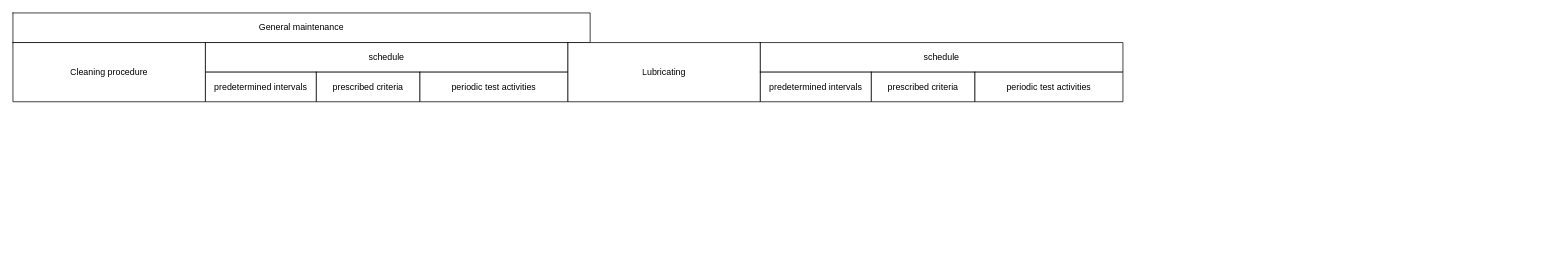
Above: General maintenance.drawio in amerezoji1362/drawio-github (draw.io), before the change. Source tidied: cells renumbered, new cells numbered last; positions are measured from the earlier drawing's top-left corner, leaving out a move shared by most shapes. Both pictures are drawn from the tidied source at 74%, with x=0, y=0 at pixel (13, 13).
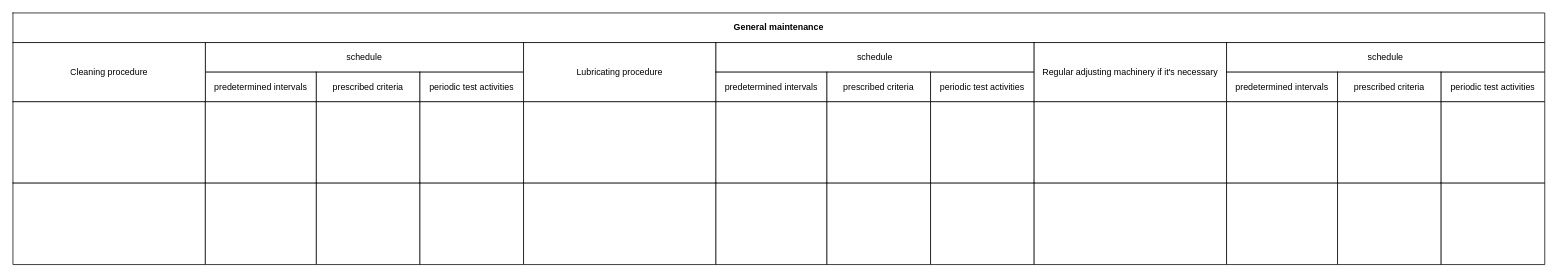
After the change.

The change refers to these unchanged cells:
```xml
<mxCell id="21" style="shape=partialRectangle;fillColor=none;top=0;left=0;bottom=0;right=0;" parent="20" vertex="1">
  <mxGeometry width="260" height="80" as="geometry" />
</mxCell>
```

The edit, as a diff of the source:
```diff
@@
     <mxCell id="2" style="shape=table;startSize=0;childLayout=tableLayout;" parent="1" vertex="1">
-      <mxGeometry width="780" height="40" as="geometry" />
+      <mxGeometry width="2070" height="40" as="geometry" />
     </mxCell>
     <mxCell id="3" style="shape=partialRectangle;fillColor=none;top=0;left=0;bottom=0;right=0;" parent="2" vertex="1">
-      <mxGeometry width="780" height="40" as="geometry" />
+      <mxGeometry width="2070" height="40" as="geometry" />
     </mxCell>
-    <mxCell id="4" value="General maintenance" style="shape=partialRectangle;html=1;whiteSpace=wrap;overflow=hidden;fillColor=none;top=0;left=0;bottom=0;right=0;" parent="3" vertex="1">
-      <mxGeometry width="780" height="40" as="geometry" />
+    <mxCell id="4" value="&lt;b&gt;General maintenance&lt;/b&gt;" style="shape=partialRectangle;html=1;whiteSpace=wrap;overflow=hidden;fillColor=none;top=0;left=0;bottom=0;right=0;" parent="3" vertex="1">
+      <mxGeometry width="2070" height="40" as="geometry" />
     </mxCell>
     <mxCell id="5" style="shape=table;startSize=0;childLayout=tableLayout;" parent="1" vertex="1">
-      <mxGeometry x="260" y="40" width="490" height="40" as="geometry" />
+      <mxGeometry x="260" y="40" width="430" height="40" as="geometry" />
     </mxCell>
     <mxCell id="6" style="shape=partialRectangle;fillColor=none;top=0;left=0;bottom=0;right=0;" parent="5" vertex="1">
-      <mxGeometry width="490" height="40" as="geometry" />
+      <mxGeometry width="430" height="40" as="geometry" />
     </mxCell>
     <mxCell id="7" value="schedule" style="shape=partialRectangle;html=1;whiteSpace=wrap;overflow=hidden;fillColor=none;top=0;left=0;bottom=0;right=0;" parent="6" vertex="1">
-      <mxGeometry width="490" height="40" as="geometry" />
+      <mxGeometry width="430" height="40" as="geometry" />
     </mxCell>
@@
     <mxCell id="14" style="shape=table;startSize=0;childLayout=tableLayout;" parent="1" vertex="1">
-      <mxGeometry x="550" y="80" width="200" height="40" as="geometry" />
+      <mxGeometry x="550" y="80" width="140" height="40" as="geometry" />
     </mxCell>
     <mxCell id="15" style="shape=partialRectangle;fillColor=none;top=0;left=0;bottom=0;right=0;" parent="14" vertex="1">
-      <mxGeometry width="200" height="40" as="geometry" />
+      <mxGeometry width="140" height="40" as="geometry" />
     </mxCell>
     <mxCell id="16" value="periodic test activities " style="shape=partialRectangle;html=1;whiteSpace=wrap;overflow=hidden;fillColor=none;top=0;left=0;bottom=0;right=0;" parent="15" vertex="1">
-      <mxGeometry width="200" height="40" as="geometry" />
+      <mxGeometry width="140" height="40" as="geometry" />
     </mxCell>
@@
     <mxCell id="20" style="shape=table;startSize=0;childLayout=tableLayout;" parent="1" vertex="1">
-      <mxGeometry x="750" y="40" width="260" height="80" as="geometry" />
+      <mxGeometry x="690" y="40" width="260" height="80" as="geometry" />
     </mxCell>
@@
-    <mxCell id="22" value="Lubricating" style="shape=partialRectangle;html=1;whiteSpace=wrap;overflow=hidden;fillColor=none;top=0;left=0;bottom=0;right=0;" parent="21" vertex="1">
+    <mxCell id="22" value="Lubricating procedure" style="shape=partialRectangle;html=1;whiteSpace=wrap;overflow=hidden;fillColor=none;top=0;left=0;bottom=0;right=0;" parent="21" vertex="1">
       <mxGeometry width="260" height="80" as="geometry" />
     </mxCell>
     <mxCell id="23" style="shape=table;startSize=0;childLayout=tableLayout;" parent="1" vertex="1">
-      <mxGeometry x="1010" y="40" width="490" height="40" as="geometry" />
+      <mxGeometry x="950" y="40" width="430" height="40" as="geometry" />
     </mxCell>
     <mxCell id="24" style="shape=partialRectangle;fillColor=none;top=0;left=0;bottom=0;right=0;" parent="23" vertex="1">
-      <mxGeometry width="490" height="40" as="geometry" />
+      <mxGeometry width="430" height="40" as="geometry" />
     </mxCell>
     <mxCell id="25" value="schedule" style="shape=partialRectangle;html=1;whiteSpace=wrap;overflow=hidden;fillColor=none;top=0;left=0;bottom=0;right=0;" parent="24" vertex="1">
-      <mxGeometry width="490" height="40" as="geometry" />
+      <mxGeometry width="430" height="40" as="geometry" />
     </mxCell>
     <mxCell id="26" style="shape=table;startSize=0;childLayout=tableLayout;" parent="1" vertex="1">
-      <mxGeometry x="1010" y="80" width="150" height="40" as="geometry" />
+      <mxGeometry x="950" y="80" width="150" height="40" as="geometry" />
     </mxCell>
@@
     <mxCell id="29" style="shape=table;startSize=0;childLayout=tableLayout;" parent="1" vertex="1">
-      <mxGeometry x="1160" y="80" width="140" height="40" as="geometry" />
+      <mxGeometry x="1100" y="80" width="140" height="40" as="geometry" />
     </mxCell>
@@
     <mxCell id="32" style="shape=table;startSize=0;childLayout=tableLayout;" parent="1" vertex="1">
-      <mxGeometry x="1300" y="80" width="200" height="40" as="geometry" />
+      <mxGeometry x="1240" y="80" width="140" height="40" as="geometry" />
     </mxCell>
     <mxCell id="33" style="shape=partialRectangle;fillColor=none;top=0;left=0;bottom=0;right=0;" parent="32" vertex="1">
-      <mxGeometry width="200" height="40" as="geometry" />
+      <mxGeometry width="140" height="40" as="geometry" />
     </mxCell>
     <mxCell id="34" value="periodic test activities " style="shape=partialRectangle;html=1;whiteSpace=wrap;overflow=hidden;fillColor=none;top=0;left=0;bottom=0;right=0;" parent="33" vertex="1">
-      <mxGeometry width="200" height="40" as="geometry" />
+      <mxGeometry width="140" height="40" as="geometry" />
     </mxCell>
+    <mxCell id="35" style="shape=table;startSize=0;childLayout=tableLayout;" parent="1" vertex="1">
+      <mxGeometry y="120" width="260" height="110" as="geometry" />
+    </mxCell>
+    <mxCell id="36" style="shape=partialRectangle;fillColor=none;top=0;left=0;bottom=0;right=0;" parent="35" vertex="1">
+      <mxGeometry width="260" height="110" as="geometry" />
+    </mxCell>
+    <mxCell id="37" style="shape=partialRectangle;html=1;whiteSpace=wrap;overflow=hidden;fillColor=none;top=0;left=0;bottom=0;right=0;" parent="36" vertex="1">
+      <mxGeometry width="260" height="110" as="geometry" />
+    </mxCell>
+    <mxCell id="38" style="shape=table;startSize=0;childLayout=tableLayout;" parent="1" vertex="1">
+      <mxGeometry x="260" y="120" width="150" height="110" as="geometry" />
+    </mxCell>
+    <mxCell id="39" style="shape=partialRectangle;fillColor=none;top=0;left=0;bottom=0;right=0;" parent="38" vertex="1">
+      <mxGeometry width="150" height="110" as="geometry" />
+    </mxCell>
+    <mxCell id="40" style="shape=partialRectangle;html=1;whiteSpace=wrap;overflow=hidden;fillColor=none;top=0;left=0;bottom=0;right=0;" parent="39" vertex="1">
+      <mxGeometry width="150" height="110" as="geometry" />
+    </mxCell>
+    <mxCell id="41" style="shape=table;startSize=0;childLayout=tableLayout;" parent="1" vertex="1">
+      <mxGeometry x="410" y="120" width="140" height="110" as="geometry" />
+    </mxCell>
+    <mxCell id="42" style="shape=partialRectangle;fillColor=none;top=0;left=0;bottom=0;right=0;" parent="41" vertex="1">
+      <mxGeometry width="140" height="110" as="geometry" />
+    </mxCell>
+    <mxCell id="43" style="shape=partialRectangle;html=1;whiteSpace=wrap;overflow=hidden;fillColor=none;top=0;left=0;bottom=0;right=0;" parent="42" vertex="1">
+      <mxGeometry width="140" height="110" as="geometry" />
+    </mxCell>
+    <mxCell id="44" style="shape=table;startSize=0;childLayout=tableLayout;" parent="1" vertex="1">
+      <mxGeometry x="550" y="120" width="140" height="110" as="geometry" />
+    </mxCell>
+    <mxCell id="45" style="shape=partialRectangle;fillColor=none;top=0;left=0;bottom=0;right=0;" parent="44" vertex="1">
+      <mxGeometry width="140" height="110" as="geometry" />
+    </mxCell>
+    <mxCell id="46" style="shape=partialRectangle;html=1;whiteSpace=wrap;overflow=hidden;fillColor=none;top=0;left=0;bottom=0;right=0;" parent="45" vertex="1">
+      <mxGeometry width="140" height="110" as="geometry" />
+    </mxCell>
+    <mxCell id="47" style="shape=table;startSize=0;childLayout=tableLayout;" parent="1" vertex="1">
+      <mxGeometry x="690" y="120" width="260" height="110" as="geometry" />
+    </mxCell>
+    <mxCell id="48" style="shape=partialRectangle;fillColor=none;top=0;left=0;bottom=0;right=0;" parent="47" vertex="1">
+      <mxGeometry width="260" height="110" as="geometry" />
+    </mxCell>
+    <mxCell id="49" style="shape=partialRectangle;html=1;whiteSpace=wrap;overflow=hidden;fillColor=none;top=0;left=0;bottom=0;right=0;" parent="48" vertex="1">
+      <mxGeometry width="260" height="110" as="geometry" />
+    </mxCell>
+    <mxCell id="50" style="shape=table;startSize=0;childLayout=tableLayout;" parent="1" vertex="1">
+      <mxGeometry x="950" y="120" width="150" height="110" as="geometry" />
+    </mxCell>
+    <mxCell id="51" style="shape=partialRectangle;fillColor=none;top=0;left=0;bottom=0;right=0;" parent="50" vertex="1">
+      <mxGeometry width="150" height="110" as="geometry" />
+    </mxCell>
+    <mxCell id="52" style="shape=partialRectangle;html=1;whiteSpace=wrap;overflow=hidden;fillColor=none;top=0;left=0;bottom=0;right=0;" parent="51" vertex="1">
+      <mxGeometry width="150" height="110" as="geometry" />
+    </mxCell>
+    <mxCell id="53" style="shape=table;startSize=0;childLayout=tableLayout;" parent="1" vertex="1">
+      <mxGeometry x="1100" y="120" width="140" height="110" as="geometry" />
+    </mxCell>
+    <mxCell id="54" style="shape=partialRectangle;fillColor=none;top=0;left=0;bottom=0;right=0;" parent="53" vertex="1">
+      <mxGeometry width="140" height="110" as="geometry" />
+    </mxCell>
+    <mxCell id="55" style="shape=partialRectangle;html=1;whiteSpace=wrap;overflow=hidden;fillColor=none;top=0;left=0;bottom=0;right=0;" parent="54" vertex="1">
+      <mxGeometry width="140" height="110" as="geometry" />
+    </mxCell>
+    <mxCell id="56" style="shape=table;startSize=0;childLayout=tableLayout;" parent="1" vertex="1">
+      <mxGeometry x="1240" y="120" width="140" height="110" as="geometry" />
+    </mxCell>
+    <mxCell id="57" style="shape=partialRectangle;fillColor=none;top=0;left=0;bottom=0;right=0;" parent="56" vertex="1">
+      <mxGeometry width="140" height="110" as="geometry" />
+    </mxCell>
+    <mxCell id="58" style="shape=partialRectangle;html=1;whiteSpace=wrap;overflow=hidden;fillColor=none;top=0;left=0;bottom=0;right=0;" parent="57" vertex="1">
+      <mxGeometry width="140" height="110" as="geometry" />
+    </mxCell>
+    <mxCell id="59" style="shape=table;startSize=0;childLayout=tableLayout;" parent="1" vertex="1">
+      <mxGeometry x="1380" y="40" width="260" height="80" as="geometry" />
+    </mxCell>
+    <mxCell id="60" style="shape=partialRectangle;fillColor=none;top=0;left=0;bottom=0;right=0;" parent="59" vertex="1">
+      <mxGeometry width="260" height="80" as="geometry" />
+    </mxCell>
+    <mxCell id="61" value="Regular adjusting machinery if it's necessary" style="shape=partialRectangle;html=1;whiteSpace=wrap;overflow=hidden;fillColor=none;top=0;left=0;bottom=0;right=0;" parent="60" vertex="1">
+      <mxGeometry width="260" height="80" as="geometry" />
+    </mxCell>
+    <mxCell id="62" style="shape=table;startSize=0;childLayout=tableLayout;" parent="1" vertex="1">
+      <mxGeometry x="1640" y="40" width="430" height="40" as="geometry" />
+    </mxCell>
+    <mxCell id="63" style="shape=partialRectangle;fillColor=none;top=0;left=0;bottom=0;right=0;" parent="62" vertex="1">
+      <mxGeometry width="430" height="40" as="geometry" />
+    </mxCell>
+    <mxCell id="64" value="schedule" style="shape=partialRectangle;html=1;whiteSpace=wrap;overflow=hidden;fillColor=none;top=0;left=0;bottom=0;right=0;" parent="63" vertex="1">
+      <mxGeometry width="430" height="40" as="geometry" />
+    </mxCell>
+    <mxCell id="65" style="shape=table;startSize=0;childLayout=tableLayout;" parent="1" vertex="1">
+      <mxGeometry x="1640" y="80" width="150" height="40" as="geometry" />
+    </mxCell>
+    <mxCell id="66" style="shape=partialRectangle;fillColor=none;top=0;left=0;bottom=0;right=0;" parent="65" vertex="1">
+      <mxGeometry width="150" height="40" as="geometry" />
+    </mxCell>
+    <mxCell id="67" value="predetermined intervals " style="shape=partialRectangle;html=1;whiteSpace=wrap;overflow=hidden;fillColor=none;top=0;left=0;bottom=0;right=0;" parent="66" vertex="1">
+      <mxGeometry width="150" height="40" as="geometry" />
+    </mxCell>
+    <mxCell id="68" style="shape=table;startSize=0;childLayout=tableLayout;" parent="1" vertex="1">
+      <mxGeometry x="1790" y="80" width="140" height="40" as="geometry" />
+    </mxCell>
+    <mxCell id="69" style="shape=partialRectangle;fillColor=none;top=0;left=0;bottom=0;right=0;" parent="68" vertex="1">
+      <mxGeometry width="140" height="40" as="geometry" />
+    </mxCell>
+    <mxCell id="70" value="prescribed criteria" style="shape=partialRectangle;html=1;whiteSpace=wrap;overflow=hidden;fillColor=none;top=0;left=0;bottom=0;right=0;" parent="69" vertex="1">
+      <mxGeometry width="140" height="40" as="geometry" />
+    </mxCell>
+    <mxCell id="71" style="shape=table;startSize=0;childLayout=tableLayout;" parent="1" vertex="1">
+      <mxGeometry x="1930" y="80" width="140" height="40" as="geometry" />
+    </mxCell>
+    <mxCell id="72" style="shape=partialRectangle;fillColor=none;top=0;left=0;bottom=0;right=0;" parent="71" vertex="1">
+      <mxGeometry width="140" height="40" as="geometry" />
+    </mxCell>
+    <mxCell id="73" value="periodic test activities " style="shape=partialRectangle;html=1;whiteSpace=wrap;overflow=hidden;fillColor=none;top=0;left=0;bottom=0;right=0;" parent="72" vertex="1">
+      <mxGeometry width="140" height="40" as="geometry" />
+    </mxCell>
+    <mxCell id="74" style="shape=table;startSize=0;childLayout=tableLayout;" parent="1" vertex="1">
+      <mxGeometry x="1380" y="120" width="260" height="110" as="geometry" />
+    </mxCell>
+    <mxCell id="75" style="shape=partialRectangle;fillColor=none;top=0;left=0;bottom=0;right=0;" parent="74" vertex="1">
+      <mxGeometry width="260" height="110" as="geometry" />
+    </mxCell>
+    <mxCell id="76" style="shape=partialRectangle;html=1;whiteSpace=wrap;overflow=hidden;fillColor=none;top=0;left=0;bottom=0;right=0;" parent="75" vertex="1">
+      <mxGeometry width="260" height="110" as="geometry" />
+    </mxCell>
+    <mxCell id="77" style="shape=table;startSize=0;childLayout=tableLayout;" parent="1" vertex="1">
+      <mxGeometry x="1640" y="120" width="150" height="110" as="geometry" />
+    </mxCell>
+    <mxCell id="78" style="shape=partialRectangle;fillColor=none;top=0;left=0;bottom=0;right=0;" parent="77" vertex="1">
+      <mxGeometry width="150" height="110" as="geometry" />
+    </mxCell>
+    <mxCell id="79" style="shape=partialRectangle;html=1;whiteSpace=wrap;overflow=hidden;fillColor=none;top=0;left=0;bottom=0;right=0;" parent="78" vertex="1">
+      <mxGeometry width="150" height="110" as="geometry" />
+    </mxCell>
+    <mxCell id="80" style="shape=table;startSize=0;childLayout=tableLayout;" parent="1" vertex="1">
+      <mxGeometry x="1790" y="120" width="140" height="110" as="geometry" />
+    </mxCell>
+    <mxCell id="81" style="shape=partialRectangle;fillColor=none;top=0;left=0;bottom=0;right=0;" parent="80" vertex="1">
+      <mxGeometry width="140" height="110" as="geometry" />
+    </mxCell>
+    <mxCell id="82" style="shape=partialRectangle;html=1;whiteSpace=wrap;overflow=hidden;fillColor=none;top=0;left=0;bottom=0;right=0;" parent="81" vertex="1">
+      <mxGeometry width="140" height="110" as="geometry" />
+    </mxCell>
+    <mxCell id="83" style="shape=table;startSize=0;childLayout=tableLayout;" parent="1" vertex="1">
+      <mxGeometry x="1930" y="120" width="140" height="110" as="geometry" />
+    </mxCell>
+    <mxCell id="84" style="shape=partialRectangle;fillColor=none;top=0;left=0;bottom=0;right=0;" parent="83" vertex="1">
+      <mxGeometry width="140" height="110" as="geometry" />
+    </mxCell>
+    <mxCell id="85" style="shape=partialRectangle;html=1;whiteSpace=wrap;overflow=hidden;fillColor=none;top=0;left=0;bottom=0;right=0;" parent="84" vertex="1">
+      <mxGeometry width="140" height="110" as="geometry" />
+    </mxCell>
+    <mxCell id="86" style="shape=table;startSize=0;childLayout=tableLayout;" parent="1" vertex="1">
+      <mxGeometry y="230" width="260" height="110" as="geometry" />
+    </mxCell>
+    <mxCell id="87" style="shape=partialRectangle;fillColor=none;top=0;left=0;bottom=0;right=0;" parent="86" vertex="1">
+      <mxGeometry width="260" height="110" as="geometry" />
+    </mxCell>
+    <mxCell id="88" style="shape=partialRectangle;html=1;whiteSpace=wrap;overflow=hidden;fillColor=none;top=0;left=0;bottom=0;right=0;" parent="87" vertex="1">
+      <mxGeometry width="260" height="110" as="geometry" />
+    </mxCell>
+    <mxCell id="89" style="shape=table;startSize=0;childLayout=tableLayout;" parent="1" vertex="1">
+      <mxGeometry x="260" y="230" width="150" height="110" as="geometry" />
+    </mxCell>
+    <mxCell id="90" style="shape=partialRectangle;fillColor=none;top=0;left=0;bottom=0;right=0;" parent="89" vertex="1">
+      <mxGeometry width="150" height="110" as="geometry" />
+    </mxCell>
+    <mxCell id="91" style="shape=partialRectangle;html=1;whiteSpace=wrap;overflow=hidden;fillColor=none;top=0;left=0;bottom=0;right=0;" parent="90" vertex="1">
+      <mxGeometry width="150" height="110" as="geometry" />
+    </mxCell>
+    <mxCell id="92" style="shape=table;startSize=0;childLayout=tableLayout;" parent="1" vertex="1">
+      <mxGeometry x="410" y="230" width="140" height="110" as="geometry" />
+    </mxCell>
+    <mxCell id="93" style="shape=partialRectangle;fillColor=none;top=0;left=0;bottom=0;right=0;" parent="92" vertex="1">
+      <mxGeometry width="140" height="110" as="geometry" />
+    </mxCell>
+    <mxCell id="94" style="shape=partialRectangle;html=1;whiteSpace=wrap;overflow=hidden;fillColor=none;top=0;left=0;bottom=0;right=0;" parent="93" vertex="1">
+      <mxGeometry width="140" height="110" as="geometry" />
+    </mxCell>
+    <mxCell id="95" style="shape=table;startSize=0;childLayout=tableLayout;" parent="1" vertex="1">
+      <mxGeometry x="550" y="230" width="140" height="110" as="geometry" />
+    </mxCell>
+    <mxCell id="96" style="shape=partialRectangle;fillColor=none;top=0;left=0;bottom=0;right=0;" parent="95" vertex="1">
+      <mxGeometry width="140" height="110" as="geometry" />
+    </mxCell>
+    <mxCell id="97" style="shape=partialRectangle;html=1;whiteSpace=wrap;overflow=hidden;fillColor=none;top=0;left=0;bottom=0;right=0;" parent="96" vertex="1">
+      <mxGeometry width="140" height="110" as="geometry" />
+    </mxCell>
+    <mxCell id="98" style="shape=table;startSize=0;childLayout=tableLayout;" parent="1" vertex="1">
+      <mxGeometry x="690" y="230" width="260" height="110" as="geometry" />
+    </mxCell>
+    <mxCell id="99" style="shape=partialRectangle;fillColor=none;top=0;left=0;bottom=0;right=0;" parent="98" vertex="1">
+      <mxGeometry width="260" height="110" as="geometry" />
+    </mxCell>
+    <mxCell id="100" style="shape=partialRectangle;html=1;whiteSpace=wrap;overflow=hidden;fillColor=none;top=0;left=0;bottom=0;right=0;" parent="99" vertex="1">
+      <mxGeometry width="260" height="110" as="geometry" />
+    </mxCell>
+    <mxCell id="101" style="shape=table;startSize=0;childLayout=tableLayout;" parent="1" vertex="1">
+      <mxGeometry x="950" y="230" width="150" height="110" as="geometry" />
+    </mxCell>
+    <mxCell id="102" style="shape=partialRectangle;fillColor=none;top=0;left=0;bottom=0;right=0;" parent="101" vertex="1">
+      <mxGeometry width="150" height="110" as="geometry" />
+    </mxCell>
+    <mxCell id="103" style="shape=partialRectangle;html=1;whiteSpace=wrap;overflow=hidden;fillColor=none;top=0;left=0;bottom=0;right=0;" parent="102" vertex="1">
+      <mxGeometry width="150" height="110" as="geometry" />
+    </mxCell>
+    <mxCell id="104" style="shape=table;startSize=0;childLayout=tableLayout;" parent="1" vertex="1">
+      <mxGeometry x="1100" y="230" width="140" height="110" as="geometry" />
+    </mxCell>
+    <mxCell id="105" style="shape=partialRectangle;fillColor=none;top=0;left=0;bottom=0;right=0;" parent="104" vertex="1">
+      <mxGeometry width="140" height="110" as="geometry" />
+    </mxCell>
+    <mxCell id="106" style="shape=partialRectangle;html=1;whiteSpace=wrap;overflow=hidden;fillColor=none;top=0;left=0;bottom=0;right=0;" parent="105" vertex="1">
+      <mxGeometry width="140" height="110" as="geometry" />
+    </mxCell>
+    <mxCell id="107" style="shape=table;startSize=0;childLayout=tableLayout;" parent="1" vertex="1">
+      <mxGeometry x="1240" y="230" width="140" height="110" as="geometry" />
+    </mxCell>
+    <mxCell id="108" style="shape=partialRectangle;fillColor=none;top=0;left=0;bottom=0;right=0;" parent="107" vertex="1">
+      <mxGeometry width="140" height="110" as="geometry" />
+    </mxCell>
+    <mxCell id="109" style="shape=partialRectangle;html=1;whiteSpace=wrap;overflow=hidden;fillColor=none;top=0;left=0;bottom=0;right=0;" parent="108" vertex="1">
+      <mxGeometry width="140" height="110" as="geometry" />
+    </mxCell>
+    <mxCell id="110" style="shape=table;startSize=0;childLayout=tableLayout;" parent="1" vertex="1">
+      <mxGeometry x="1380" y="230" width="260" height="110" as="geometry" />
+    </mxCell>
+    <mxCell id="111" style="shape=partialRectangle;fillColor=none;top=0;left=0;bottom=0;right=0;" parent="110" vertex="1">
+      <mxGeometry width="260" height="110" as="geometry" />
+    </mxCell>
+    <mxCell id="112" style="shape=partialRectangle;html=1;whiteSpace=wrap;overflow=hidden;fillColor=none;top=0;left=0;bottom=0;right=0;" parent="111" vertex="1">
+      <mxGeometry width="260" height="110" as="geometry" />
+    </mxCell>
+    <mxCell id="113" style="shape=table;startSize=0;childLayout=tableLayout;" parent="1" vertex="1">
+      <mxGeometry x="1640" y="230" width="150" height="110" as="geometry" />
+    </mxCell>
+    <mxCell id="114" style="shape=partialRectangle;fillColor=none;top=0;left=0;bottom=0;right=0;" parent="113" vertex="1">
+      <mxGeometry width="150" height="110" as="geometry" />
+    </mxCell>
+    <mxCell id="115" style="shape=partialRectangle;html=1;whiteSpace=wrap;overflow=hidden;fillColor=none;top=0;left=0;bottom=0;right=0;" parent="114" vertex="1">
+      <mxGeometry width="150" height="110" as="geometry" />
+    </mxCell>
+    <mxCell id="116" style="shape=table;startSize=0;childLayout=tableLayout;" parent="1" vertex="1">
+      <mxGeometry x="1790" y="230" width="140" height="110" as="geometry" />
+    </mxCell>
+    <mxCell id="117" style="shape=partialRectangle;fillColor=none;top=0;left=0;bottom=0;right=0;" parent="116" vertex="1">
+      <mxGeometry width="140" height="110" as="geometry" />
+    </mxCell>
+    <mxCell id="118" style="shape=partialRectangle;html=1;whiteSpace=wrap;overflow=hidden;fillColor=none;top=0;left=0;bottom=0;right=0;" parent="117" vertex="1">
+      <mxGeometry width="140" height="110" as="geometry" />
+    </mxCell>
+    <mxCell id="119" style="shape=table;startSize=0;childLayout=tableLayout;" parent="1" vertex="1">
+      <mxGeometry x="1930" y="230" width="140" height="110" as="geometry" />
+    </mxCell>
+    <mxCell id="120" style="shape=partialRectangle;fillColor=none;top=0;left=0;bottom=0;right=0;" parent="119" vertex="1">
+      <mxGeometry width="140" height="110" as="geometry" />
+    </mxCell>
+    <mxCell id="121" style="shape=partialRectangle;html=1;whiteSpace=wrap;overflow=hidden;fillColor=none;top=0;left=0;bottom=0;right=0;" parent="120" vertex="1">
+      <mxGeometry width="140" height="110" as="geometry" />
+    </mxCell>
```
